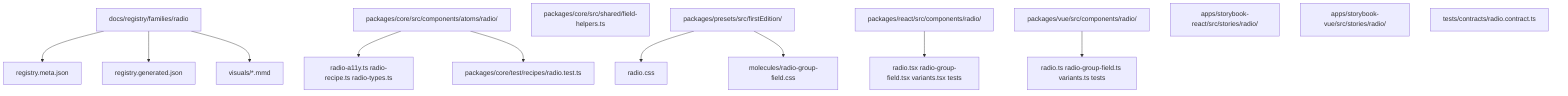
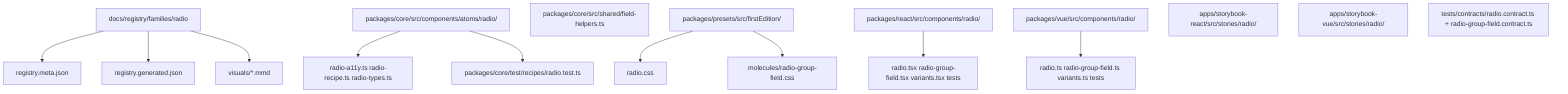
flowchart TD
  Registry["docs/registry/families/radio"]
  Registry --> Meta["registry.meta.json"]
  Registry --> Generated["registry.generated.json"]
  Registry --> Visuals["visuals/*.mmd"]

  Core["packages/core/src/components/atoms/radio/"]
  Core --> CoreFiles["radio-a11y.ts radio-recipe.ts radio-types.ts"]
  CoreTests["packages/core/test/recipes/radio.test.ts"]
  Core --> CoreTests
  Helpers["packages/core/src/shared/field-helpers.ts"]

  Presets["packages/presets/src/firstEdition/"]
  Presets --> RadioCss["radio.css"]
  Presets --> GroupCss["molecules/radio-group-field.css"]

  React["packages/react/src/components/radio/"]
  React --> ReactFiles["radio.tsx radio-group-field.tsx variants.tsx tests"]

  Vue["packages/vue/src/components/radio/"]
  Vue --> VueFiles["radio.ts radio-group-field.ts variants.ts tests"]

  StoriesR["apps/storybook-react/src/stories/radio/"]
  StoriesV["apps/storybook-vue/src/stories/radio/"]
-   Contracts["tests/contracts/radio.contract.ts"]
+   Contracts["tests/contracts/radio.contract.ts + radio-group-field.contract.ts"]
